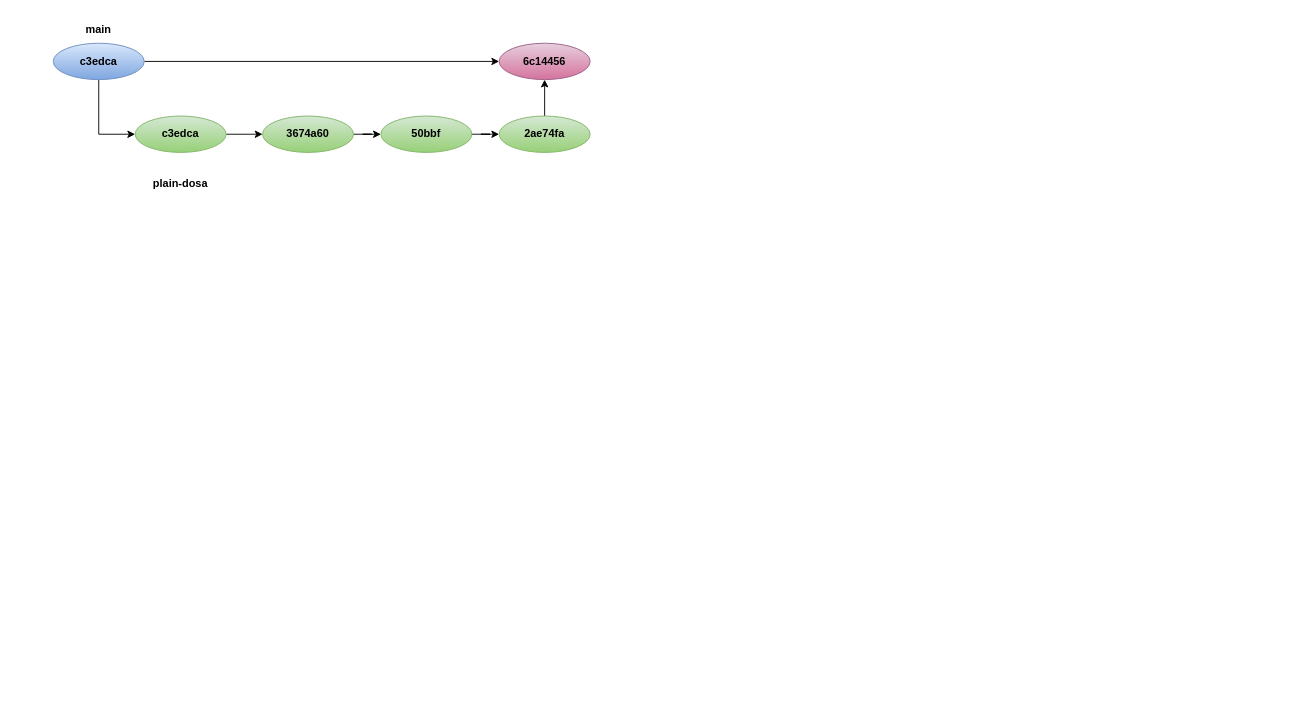
Before: git-commits.drawio in daws-86s/diagrams, a draw.io diagram. Source tidied: cells renumbered, new cells numbered last; positions are measured from the earlier drawing's top-left corner, leaving out a move shared by most shapes. Both pictures are drawn from the tidied source at 91%, with x=0, y=0 at pixel (53, 15).
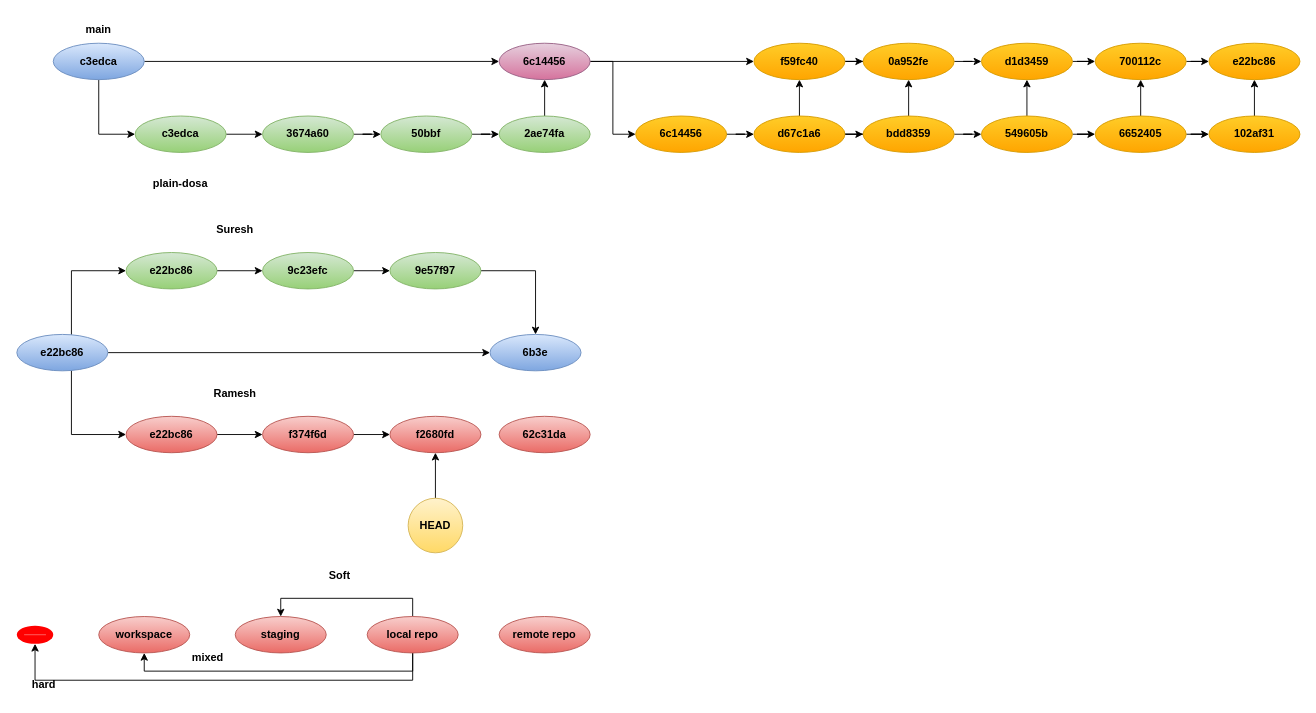
The same diagram, later.

Unchanged cells that the change refers to:
```xml
<mxCell id="15" value="&lt;b&gt;6c14456&lt;/b&gt;" style="ellipse;whiteSpace=wrap;html=1;fillColor=#e6d0de;gradientColor=#d5739d;strokeColor=#996185;" parent="1" vertex="1">
  <mxGeometry x="490" y="30" width="100" height="40" as="geometry" />
</mxCell>
```

Diff of the diagram source:
```diff
@@
+    <mxCell id="16" style="edgeStyle=orthogonalEdgeStyle;rounded=0;jettySize=auto;html=1;entryX=0;entryY=0.5;entryDx=0;entryDy=0;" parent="1" edge="1" source="15" target="19">
+      <mxGeometry relative="1" as="geometry">
+        <Array as="points">
+          <mxPoint x="615" y="50" />
+          <mxPoint x="615" y="130" />
+        </Array>
+      </mxGeometry>
+    </mxCell>
+    <mxCell id="17" style="edgeStyle=orthogonalEdgeStyle;rounded=0;jettySize=auto;html=1;" parent="1" edge="1" source="15" target="35">
+      <mxGeometry relative="1" as="geometry" />
+    </mxCell>
@@
+    <mxCell id="18" style="edgeStyle=orthogonalEdgeStyle;rounded=0;jettySize=auto;html=1;" parent="1" edge="1" source="19" target="22">
+      <mxGeometry relative="1" as="geometry" />
+    </mxCell>
+    <mxCell id="19" value="&lt;b&gt;6c14456&lt;/b&gt;" style="ellipse;whiteSpace=wrap;html=1;fillColor=#ffcd28;gradientColor=#ffa500;strokeColor=#d79b00;" parent="1" vertex="1">
+      <mxGeometry x="640" y="110" width="100" height="40" as="geometry" />
+    </mxCell>
+    <mxCell id="20" style="edgeStyle=orthogonalEdgeStyle;rounded=0;jettySize=auto;html=1;entryX=0;entryY=0.5;entryDx=0;entryDy=0;" parent="1" edge="1" source="22" target="25">
+      <mxGeometry relative="1" as="geometry" />
+    </mxCell>
+    <mxCell id="21" style="edgeStyle=orthogonalEdgeStyle;rounded=0;jettySize=auto;html=1;entryX=0.5;entryY=1;entryDx=0;entryDy=0;flowAnimation=1;" parent="1" edge="1" source="22" target="35">
+      <mxGeometry relative="1" as="geometry" />
+    </mxCell>
+    <mxCell id="22" value="&lt;b&gt;d67c1a6&lt;/b&gt;" style="ellipse;whiteSpace=wrap;html=1;fillColor=#ffcd28;gradientColor=#ffa500;strokeColor=#d79b00;" parent="1" vertex="1">
+      <mxGeometry x="770" y="110" width="100" height="40" as="geometry" />
+    </mxCell>
+    <mxCell id="23" style="edgeStyle=orthogonalEdgeStyle;rounded=0;jettySize=auto;html=1;entryX=0;entryY=0.5;entryDx=0;entryDy=0;" parent="1" edge="1" source="25" target="28">
+      <mxGeometry relative="1" as="geometry" />
+    </mxCell>
+    <mxCell id="24" style="edgeStyle=orthogonalEdgeStyle;rounded=0;jettySize=auto;html=1;entryX=0.5;entryY=1;entryDx=0;entryDy=0;flowAnimation=1;" parent="1" edge="1" source="25" target="37">
+      <mxGeometry relative="1" as="geometry" />
+    </mxCell>
+    <mxCell id="25" value="&lt;b&gt;bdd8359&lt;/b&gt;" style="ellipse;whiteSpace=wrap;html=1;fillColor=#ffcd28;gradientColor=#ffa500;strokeColor=#d79b00;" parent="1" vertex="1">
+      <mxGeometry x="890" y="110" width="100" height="40" as="geometry" />
+    </mxCell>
+    <mxCell id="26" style="edgeStyle=orthogonalEdgeStyle;rounded=0;jettySize=auto;html=1;entryX=0;entryY=0.5;entryDx=0;entryDy=0;" parent="1" edge="1" source="28" target="31">
+      <mxGeometry relative="1" as="geometry" />
+    </mxCell>
+    <mxCell id="27" style="edgeStyle=orthogonalEdgeStyle;rounded=0;jettySize=auto;html=1;entryX=0.5;entryY=1;entryDx=0;entryDy=0;flowAnimation=1;" parent="1" edge="1" source="28" target="39">
+      <mxGeometry relative="1" as="geometry" />
+    </mxCell>
+    <mxCell id="28" value="&lt;b&gt;549605b&lt;/b&gt;" style="ellipse;whiteSpace=wrap;html=1;fillColor=#ffcd28;gradientColor=#ffa500;strokeColor=#d79b00;" parent="1" vertex="1">
+      <mxGeometry x="1020" y="110" width="100" height="40" as="geometry" />
+    </mxCell>
+    <mxCell id="29" style="edgeStyle=orthogonalEdgeStyle;rounded=0;jettySize=auto;html=1;entryX=0;entryY=0.5;entryDx=0;entryDy=0;" parent="1" edge="1" source="31" target="33">
+      <mxGeometry relative="1" as="geometry" />
+    </mxCell>
+    <mxCell id="30" style="edgeStyle=orthogonalEdgeStyle;rounded=0;jettySize=auto;html=1;entryX=0.5;entryY=1;entryDx=0;entryDy=0;flowAnimation=1;" parent="1" edge="1" source="31" target="41">
+      <mxGeometry relative="1" as="geometry" />
+    </mxCell>
+    <mxCell id="31" value="&lt;b&gt;6652405&lt;/b&gt;" style="ellipse;whiteSpace=wrap;html=1;fillColor=#ffcd28;gradientColor=#ffa500;strokeColor=#d79b00;" parent="1" vertex="1">
+      <mxGeometry x="1145" y="110" width="100" height="40" as="geometry" />
+    </mxCell>
+    <mxCell id="32" style="edgeStyle=orthogonalEdgeStyle;rounded=0;jettySize=auto;html=1;entryX=0.5;entryY=1;entryDx=0;entryDy=0;flowAnimation=1;" parent="1" edge="1" source="33" target="42">
+      <mxGeometry relative="1" as="geometry" />
+    </mxCell>
+    <mxCell id="33" value="&lt;b&gt;102af31&lt;/b&gt;" style="ellipse;whiteSpace=wrap;html=1;fillColor=#ffcd28;gradientColor=#ffa500;strokeColor=#d79b00;" parent="1" vertex="1">
+      <mxGeometry x="1270" y="110" width="100" height="40" as="geometry" />
+    </mxCell>
+    <mxCell id="34" style="edgeStyle=orthogonalEdgeStyle;rounded=0;jettySize=auto;html=1;" parent="1" edge="1" source="35" target="37">
+      <mxGeometry relative="1" as="geometry" />
+    </mxCell>
+    <mxCell id="35" value="&lt;b&gt;f59fc40&lt;/b&gt;" style="ellipse;whiteSpace=wrap;html=1;fillColor=#ffcd28;gradientColor=#ffa500;strokeColor=#d79b00;" parent="1" vertex="1">
+      <mxGeometry x="770" y="30" width="100" height="40" as="geometry" />
+    </mxCell>
+    <mxCell id="36" style="edgeStyle=orthogonalEdgeStyle;rounded=0;jettySize=auto;html=1;entryX=0;entryY=0.5;entryDx=0;entryDy=0;" parent="1" edge="1" source="37" target="39">
+      <mxGeometry relative="1" as="geometry" />
+    </mxCell>
+    <mxCell id="37" value="&lt;b&gt;0a952fe&lt;/b&gt;" style="ellipse;whiteSpace=wrap;html=1;fillColor=#ffcd28;gradientColor=#ffa500;strokeColor=#d79b00;" parent="1" vertex="1">
+      <mxGeometry x="890" y="30" width="100" height="40" as="geometry" />
+    </mxCell>
+    <mxCell id="38" style="edgeStyle=orthogonalEdgeStyle;rounded=0;jettySize=auto;html=1;entryX=0;entryY=0.5;entryDx=0;entryDy=0;" parent="1" edge="1" source="39" target="41">
+      <mxGeometry relative="1" as="geometry" />
+    </mxCell>
+    <mxCell id="39" value="&lt;b&gt;d1d3459&lt;/b&gt;" style="ellipse;whiteSpace=wrap;html=1;fillColor=#ffcd28;gradientColor=#ffa500;strokeColor=#d79b00;" parent="1" vertex="1">
+      <mxGeometry x="1020" y="30" width="100" height="40" as="geometry" />
+    </mxCell>
+    <mxCell id="40" style="edgeStyle=orthogonalEdgeStyle;rounded=0;jettySize=auto;html=1;entryX=0;entryY=0.5;entryDx=0;entryDy=0;" parent="1" edge="1" source="41" target="42">
+      <mxGeometry relative="1" as="geometry" />
+    </mxCell>
+    <mxCell id="41" value="&lt;b&gt;700112c&lt;/b&gt;" style="ellipse;whiteSpace=wrap;html=1;fillColor=#ffcd28;gradientColor=#ffa500;strokeColor=#d79b00;" parent="1" vertex="1">
+      <mxGeometry x="1145" y="30" width="100" height="40" as="geometry" />
+    </mxCell>
+    <mxCell id="42" value="&lt;b&gt;e22bc86&lt;/b&gt;" style="ellipse;whiteSpace=wrap;html=1;fillColor=#ffcd28;gradientColor=#ffa500;strokeColor=#d79b00;" parent="1" vertex="1">
+      <mxGeometry x="1270" y="30" width="100" height="40" as="geometry" />
+    </mxCell>
+    <mxCell id="43" style="edgeStyle=orthogonalEdgeStyle;rounded=0;jettySize=auto;html=1;entryX=0;entryY=0.5;entryDx=0;entryDy=0;" parent="1" edge="1" source="46" target="48">
+      <mxGeometry relative="1" as="geometry">
+        <Array as="points">
+          <mxPoint x="20" y="280" />
+        </Array>
+      </mxGeometry>
+    </mxCell>
+    <mxCell id="44" style="edgeStyle=orthogonalEdgeStyle;rounded=0;jettySize=auto;html=1;entryX=0;entryY=0.5;entryDx=0;entryDy=0;" parent="1" edge="1" source="46" target="52">
+      <mxGeometry relative="1" as="geometry">
+        <Array as="points">
+          <mxPoint x="20" y="460" />
+        </Array>
+      </mxGeometry>
+    </mxCell>
+    <mxCell id="45" style="edgeStyle=orthogonalEdgeStyle;rounded=0;jettySize=auto;html=1;" parent="1" edge="1" source="46" target="58">
+      <mxGeometry relative="1" as="geometry" />
+    </mxCell>
+    <mxCell id="46" value="&lt;b&gt;e22bc86&lt;/b&gt;" style="ellipse;whiteSpace=wrap;html=1;fillColor=#dae8fc;gradientColor=#7ea6e0;strokeColor=#6c8ebf;" parent="1" vertex="1">
+      <mxGeometry x="-40" y="350" width="100" height="40" as="geometry" />
+    </mxCell>
+    <mxCell id="47" style="edgeStyle=orthogonalEdgeStyle;rounded=0;jettySize=auto;html=1;entryX=0;entryY=0.5;entryDx=0;entryDy=0;" parent="1" edge="1" source="48" target="50">
+      <mxGeometry relative="1" as="geometry" />
+    </mxCell>
+    <mxCell id="48" value="&lt;b&gt;e22bc86&lt;/b&gt;" style="ellipse;whiteSpace=wrap;html=1;fillColor=#d5e8d4;gradientColor=#97d077;strokeColor=#82b366;" parent="1" vertex="1">
+      <mxGeometry x="80" y="260" width="100" height="40" as="geometry" />
+    </mxCell>
+    <mxCell id="49" style="edgeStyle=orthogonalEdgeStyle;rounded=0;jettySize=auto;html=1;entryX=0;entryY=0.5;entryDx=0;entryDy=0;" parent="1" edge="1" source="50" target="54">
+      <mxGeometry relative="1" as="geometry" />
+    </mxCell>
+    <mxCell id="50" value="&lt;b&gt;9c23efc&lt;/b&gt;" style="ellipse;whiteSpace=wrap;html=1;fillColor=#d5e8d4;gradientColor=#97d077;strokeColor=#82b366;" parent="1" vertex="1">
+      <mxGeometry x="230" y="260" width="100" height="40" as="geometry" />
+    </mxCell>
+    <mxCell id="51" style="edgeStyle=orthogonalEdgeStyle;rounded=0;jettySize=auto;html=1;entryX=0;entryY=0.5;entryDx=0;entryDy=0;" parent="1" edge="1" source="52" target="56">
+      <mxGeometry relative="1" as="geometry" />
+    </mxCell>
+    <mxCell id="52" value="&lt;b&gt;e22bc86&lt;/b&gt;" style="ellipse;whiteSpace=wrap;html=1;fillColor=#f8cecc;gradientColor=#ea6b66;strokeColor=#b85450;" parent="1" vertex="1">
+      <mxGeometry x="80" y="440" width="100" height="40" as="geometry" />
+    </mxCell>
+    <mxCell id="53" style="edgeStyle=orthogonalEdgeStyle;rounded=0;jettySize=auto;html=1;entryX=0.5;entryY=0;entryDx=0;entryDy=0;" parent="1" edge="1" source="54" target="58">
+      <mxGeometry relative="1" as="geometry" />
+    </mxCell>
+    <mxCell id="54" value="&lt;b&gt;9e57f97&lt;/b&gt;" style="ellipse;whiteSpace=wrap;html=1;fillColor=#d5e8d4;gradientColor=#97d077;strokeColor=#82b366;" parent="1" vertex="1">
+      <mxGeometry x="370" y="260" width="100" height="40" as="geometry" />
+    </mxCell>
+    <mxCell id="55" style="edgeStyle=orthogonalEdgeStyle;rounded=0;jettySize=auto;html=1;entryX=0;entryY=0.5;entryDx=0;entryDy=0;" parent="1" edge="1" source="56" target="57">
+      <mxGeometry relative="1" as="geometry" />
+    </mxCell>
+    <mxCell id="56" value="&lt;b&gt;f374f6d&lt;/b&gt;" style="ellipse;whiteSpace=wrap;html=1;fillColor=#f8cecc;gradientColor=#ea6b66;strokeColor=#b85450;" parent="1" vertex="1">
+      <mxGeometry x="230" y="440" width="100" height="40" as="geometry" />
+    </mxCell>
+    <mxCell id="57" value="&lt;b&gt;f2680fd&lt;/b&gt;" style="ellipse;whiteSpace=wrap;html=1;fillColor=#f8cecc;gradientColor=#ea6b66;strokeColor=#b85450;" parent="1" vertex="1">
+      <mxGeometry x="370" y="440" width="100" height="40" as="geometry" />
+    </mxCell>
+    <mxCell id="58" value="&lt;b&gt;6b3e&lt;/b&gt;" style="ellipse;whiteSpace=wrap;html=1;fillColor=#dae8fc;gradientColor=#7ea6e0;strokeColor=#6c8ebf;" parent="1" vertex="1">
+      <mxGeometry x="480" y="350" width="100" height="40" as="geometry" />
+    </mxCell>
+    <mxCell id="59" value="&lt;b&gt;Suresh&lt;/b&gt;" style="text;html=1;whiteSpace=wrap;strokeColor=none;fillColor=none;align=center;verticalAlign=middle;rounded=0;" parent="1" vertex="1">
+      <mxGeometry x="170" y="220" width="60" height="30" as="geometry" />
+    </mxCell>
+    <mxCell id="60" value="&lt;b&gt;Ramesh&lt;/b&gt;" style="text;html=1;whiteSpace=wrap;strokeColor=none;fillColor=none;align=center;verticalAlign=middle;rounded=0;" parent="1" vertex="1">
+      <mxGeometry x="170" y="400" width="60" height="30" as="geometry" />
+    </mxCell>
+    <mxCell id="61" style="edgeStyle=orthogonalEdgeStyle;rounded=0;jettySize=auto;html=1;entryX=0.5;entryY=1;entryDx=0;entryDy=0;" parent="1" edge="1" source="62" target="57">
+      <mxGeometry relative="1" as="geometry" />
+    </mxCell>
+    <mxCell id="62" value="&lt;b&gt;HEAD&lt;/b&gt;" style="ellipse;whiteSpace=wrap;html=1;fillColor=#fff2cc;gradientColor=#ffd966;strokeColor=#d6b656;" parent="1" vertex="1">
+      <mxGeometry x="390" y="530" width="60" height="60" as="geometry" />
+    </mxCell>
+    <mxCell id="63" value="&lt;b&gt;62c31da&lt;/b&gt;" style="ellipse;whiteSpace=wrap;html=1;fillColor=#f8cecc;gradientColor=#ea6b66;strokeColor=#b85450;" parent="1" vertex="1">
+      <mxGeometry x="490" y="440" width="100" height="40" as="geometry" />
+    </mxCell>
+    <mxCell id="64" value="&lt;b&gt;workspace&lt;/b&gt;" style="ellipse;whiteSpace=wrap;html=1;fillColor=#f8cecc;gradientColor=#ea6b66;strokeColor=#b85450;" parent="1" vertex="1">
+      <mxGeometry x="50" y="660" width="100" height="40" as="geometry" />
+    </mxCell>
+    <mxCell id="65" value="&lt;b&gt;staging&lt;/b&gt;" style="ellipse;whiteSpace=wrap;html=1;fillColor=#f8cecc;gradientColor=#ea6b66;strokeColor=#b85450;" parent="1" vertex="1">
+      <mxGeometry x="200" y="660" width="100" height="40" as="geometry" />
+    </mxCell>
+    <mxCell id="66" style="edgeStyle=orthogonalEdgeStyle;rounded=0;jettySize=auto;html=1;entryX=0.5;entryY=0;entryDx=0;entryDy=0;flowAnimation=1;" parent="1" edge="1" source="69" target="65">
+      <mxGeometry relative="1" as="geometry">
+        <Array as="points">
+          <mxPoint x="395" y="640" />
+          <mxPoint x="250" y="640" />
+        </Array>
+      </mxGeometry>
+    </mxCell>
+    <mxCell id="67" style="edgeStyle=orthogonalEdgeStyle;rounded=0;jettySize=auto;html=1;entryX=0.5;entryY=1;entryDx=0;entryDy=0;flowAnimation=1;" parent="1" edge="1" source="69" target="64">
+      <mxGeometry relative="1" as="geometry">
+        <Array as="points">
+          <mxPoint x="395" y="720" />
+          <mxPoint x="100" y="720" />
+        </Array>
+      </mxGeometry>
+    </mxCell>
+    <mxCell id="68" style="edgeStyle=orthogonalEdgeStyle;rounded=0;jettySize=auto;html=1;entryX=0.5;entryY=1;entryDx=0;entryDy=0;entryPerimeter=0;flowAnimation=1;" parent="1" edge="1" source="69" target="73">
+      <mxGeometry relative="1" as="geometry">
+        <Array as="points">
+          <mxPoint x="395" y="730" />
+          <mxPoint x="-20" y="730" />
+        </Array>
+      </mxGeometry>
+    </mxCell>
+    <mxCell id="69" value="&lt;b&gt;local repo&lt;/b&gt;" style="ellipse;whiteSpace=wrap;html=1;fillColor=#f8cecc;gradientColor=#ea6b66;strokeColor=#b85450;" parent="1" vertex="1">
+      <mxGeometry x="345" y="660" width="100" height="40" as="geometry" />
+    </mxCell>
+    <mxCell id="70" value="&lt;b&gt;remote repo&lt;/b&gt;" style="ellipse;whiteSpace=wrap;html=1;fillColor=#f8cecc;gradientColor=#ea6b66;strokeColor=#b85450;" parent="1" vertex="1">
+      <mxGeometry x="490" y="660" width="100" height="40" as="geometry" />
+    </mxCell>
+    <mxCell id="71" value="&lt;b&gt;Soft&lt;/b&gt;" style="text;html=1;whiteSpace=wrap;strokeColor=none;fillColor=none;align=center;verticalAlign=middle;rounded=0;" parent="1" vertex="1">
+      <mxGeometry x="285" y="600" width="60" height="30" as="geometry" />
+    </mxCell>
+    <mxCell id="72" value="&lt;b&gt;mixed&lt;/b&gt;" style="text;html=1;whiteSpace=wrap;strokeColor=none;fillColor=none;align=center;verticalAlign=middle;rounded=0;" parent="1" vertex="1">
+      <mxGeometry x="140" y="690" width="60" height="30" as="geometry" />
+    </mxCell>
+    <mxCell id="73" style="html=1;verticalLabelPosition=bottom;labelBackgroundColor=#ffffff;verticalAlign=top;shadow=0;dashed=0;strokeWidth=2;shape=mxgraph.ios7.misc.delete;fillColor=#ff0000;strokeColor=#ffffff;sketch=0;" parent="1" vertex="1">
+      <mxGeometry x="-40" y="670" width="40" height="20" as="geometry" />
+    </mxCell>
+    <mxCell id="74" value="&lt;b&gt;hard&lt;/b&gt;" style="text;html=1;whiteSpace=wrap;strokeColor=none;fillColor=none;align=center;verticalAlign=middle;rounded=0;" parent="1" vertex="1">
+      <mxGeometry x="-40" y="720" width="60" height="30" as="geometry" />
+    </mxCell>
```
